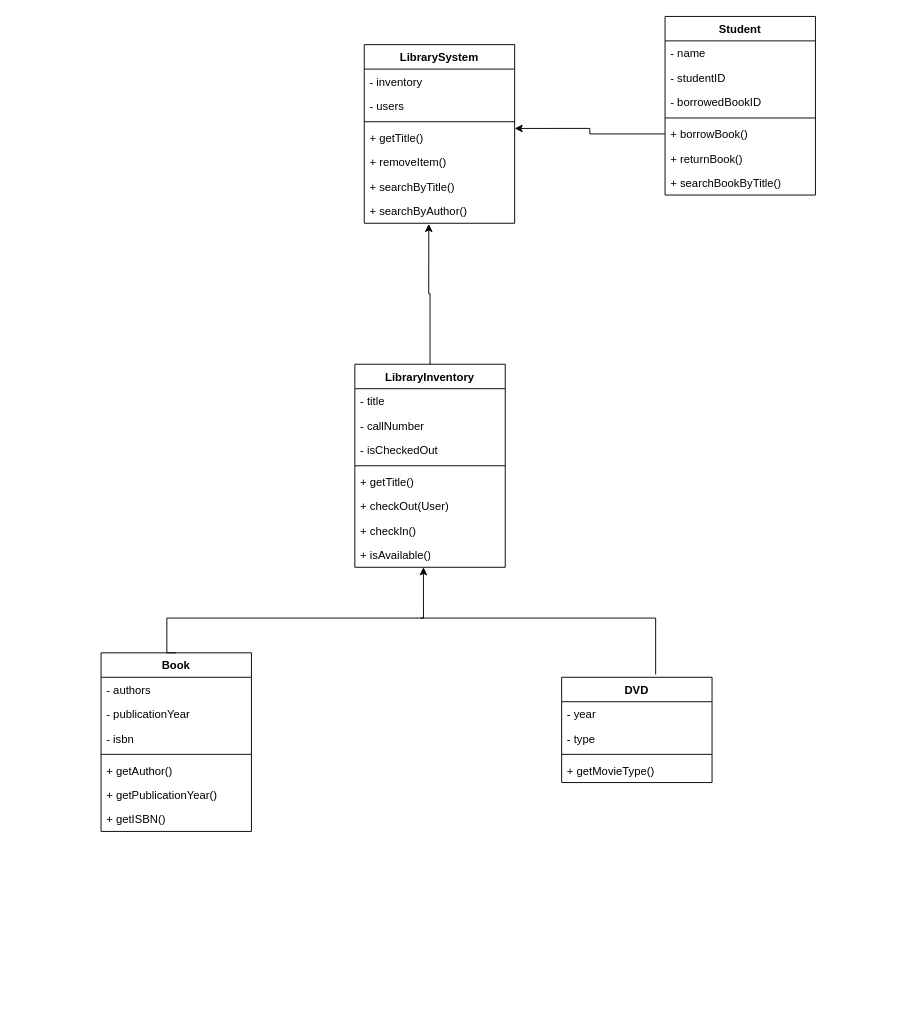
This is Lab-5/Brook library UML.drawio from orchlonn/CS-380, a draw.io file, before an edit. Source tidied: cells renumbered, new cells numbered last; positions are measured from the earlier drawing's top-left corner, leaving out a move shared by most shapes. Both pictures are drawn from the tidied source at 94%, with x=0, y=0 at pixel (101, 16).
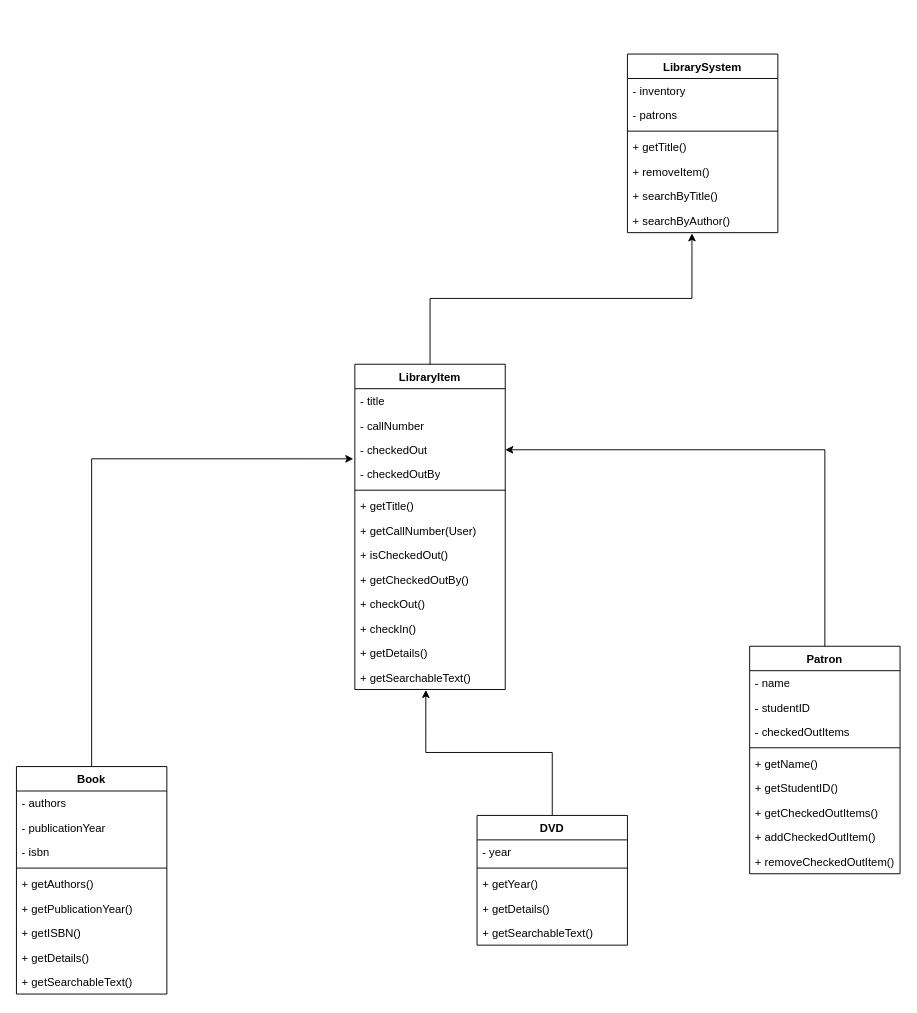
After the change.

Commit message:
updated everything based on code

The change refers to these unchanged cells:
```xml
<mxCell id="30" value="+ getTitle()" style="text;strokeColor=none;fillColor=none;align=left;verticalAlign=top;spacingLeft=4;spacingRight=4;overflow=hidden;points=[[0,0.5],[1,0.5]];portConstraint=eastwest;whiteSpace=wrap;html=1;" parent="26" vertex="1">
  <mxGeometry y="86" width="160" height="26" as="geometry" />
</mxCell>
```

The edit, as a diff of the source:
```diff
@@
-    <mxCell id="2" value="LibraryInventory" style="swimlane;fontStyle=1;align=center;verticalAlign=top;horizontal=1;startSize=26;whiteSpace=wrap;html=1;" parent="1" vertex="1">
-      <mxGeometry x="270" y="370" width="160" height="216" as="geometry" />
+    <mxCell id="2" value="LibraryItem" style="swimlane;fontStyle=1;align=center;verticalAlign=top;horizontal=1;startSize=26;whiteSpace=wrap;html=1;" parent="1" vertex="1">
+      <mxGeometry x="270" y="370" width="160" height="346" as="geometry" />
     </mxCell>
@@
+    <mxCell id="44" value="- checkedOut" style="text;strokeColor=none;fillColor=none;align=left;verticalAlign=top;spacingLeft=4;spacingRight=4;overflow=hidden;points=[[0,0.5],[1,0.5]];portConstraint=eastwest;whiteSpace=wrap;html=1;" parent="2" vertex="1">
+      <mxGeometry y="78" width="160" height="26" as="geometry" />
+    </mxCell>
-    <mxCell id="5" value="- isCheckedOut" style="text;strokeColor=none;fillColor=none;align=left;verticalAlign=top;spacingLeft=4;spacingRight=4;overflow=hidden;whiteSpace=wrap;html=1;" parent="2" vertex="1">
-      <mxGeometry y="78" width="160" height="26" as="geometry" />
+    <mxCell id="5" value="- checkedOutBy" style="text;strokeColor=none;fillColor=none;align=left;verticalAlign=top;spacingLeft=4;spacingRight=4;overflow=hidden;whiteSpace=wrap;html=1;" parent="2" vertex="1">
+      <mxGeometry y="104" width="160" height="26" as="geometry" />
     </mxCell>
     <mxCell id="6" style="line;strokeWidth=1;fillColor=none;align=left;verticalAlign=middle;spacingTop=-1;spacingLeft=3;spacingRight=3;labelPosition=right;strokeColor=inherit;" parent="2" vertex="1">
-      <mxGeometry y="104" width="160" height="8" as="geometry" />
+      <mxGeometry y="130" width="160" height="8" as="geometry" />
     </mxCell>
     <mxCell id="7" value="+ getTitle()" style="text;strokeColor=none;fillColor=none;align=left;verticalAlign=top;spacingLeft=4;spacingRight=4;overflow=hidden;whiteSpace=wrap;html=1;" parent="2" vertex="1">
-      <mxGeometry y="112" width="160" height="26" as="geometry" />
+      <mxGeometry y="138" width="160" height="26" as="geometry" />
     </mxCell>
-    <mxCell id="8" value="+ checkOut(User)" style="text;strokeColor=none;fillColor=none;align=left;verticalAlign=top;spacingLeft=4;spacingRight=4;overflow=hidden;whiteSpace=wrap;html=1;" parent="2" vertex="1">
-      <mxGeometry y="138" width="160" height="26" as="geometry" />
+    <mxCell id="8" value="+ getCallNumber(User)" style="text;strokeColor=none;fillColor=none;align=left;verticalAlign=top;spacingLeft=4;spacingRight=4;overflow=hidden;whiteSpace=wrap;html=1;" parent="2" vertex="1">
+      <mxGeometry y="164" width="160" height="26" as="geometry" />
     </mxCell>
-    <mxCell id="9" value="+ checkIn()" style="text;strokeColor=none;fillColor=none;align=left;verticalAlign=top;spacingLeft=4;spacingRight=4;overflow=hidden;whiteSpace=wrap;html=1;" parent="2" vertex="1">
-      <mxGeometry y="164" width="160" height="26" as="geometry" />
+    <mxCell id="9" value="+ isCheckedOut()" style="text;strokeColor=none;fillColor=none;align=left;verticalAlign=top;spacingLeft=4;spacingRight=4;overflow=hidden;whiteSpace=wrap;html=1;" parent="2" vertex="1">
+      <mxGeometry y="190" width="160" height="26" as="geometry" />
     </mxCell>
+    <mxCell id="45" value="+ getCheckedOutBy()" style="text;strokeColor=none;fillColor=none;align=left;verticalAlign=top;spacingLeft=4;spacingRight=4;overflow=hidden;whiteSpace=wrap;html=1;" parent="2" vertex="1">
+      <mxGeometry y="216" width="160" height="26" as="geometry" />
+    </mxCell>
+    <mxCell id="46" value="+ checkOut()" style="text;strokeColor=none;fillColor=none;align=left;verticalAlign=top;spacingLeft=4;spacingRight=4;overflow=hidden;whiteSpace=wrap;html=1;" parent="2" vertex="1">
+      <mxGeometry y="242" width="160" height="26" as="geometry" />
+    </mxCell>
+    <mxCell id="47" value="+ checkIn()" style="text;strokeColor=none;fillColor=none;align=left;verticalAlign=top;spacingLeft=4;spacingRight=4;overflow=hidden;whiteSpace=wrap;html=1;" parent="2" vertex="1">
+      <mxGeometry y="268" width="160" height="26" as="geometry" />
+    </mxCell>
+    <mxCell id="48" value="+ getDetails()" style="text;strokeColor=none;fillColor=none;align=left;verticalAlign=top;spacingLeft=4;spacingRight=4;overflow=hidden;whiteSpace=wrap;html=1;" parent="2" vertex="1">
+      <mxGeometry y="294" width="160" height="26" as="geometry" />
+    </mxCell>
-    <mxCell id="10" value="+ isAvailable()" style="text;strokeColor=none;fillColor=none;align=left;verticalAlign=top;spacingLeft=4;spacingRight=4;overflow=hidden;points=[[0,0.5],[1,0.5]];portConstraint=eastwest;whiteSpace=wrap;html=1;" parent="2" vertex="1">
-      <mxGeometry y="190" width="160" height="26" as="geometry" />
+    <mxCell id="10" value="+ getSearchableText()" style="text;strokeColor=none;fillColor=none;align=left;verticalAlign=top;spacingLeft=4;spacingRight=4;overflow=hidden;points=[[0,0.5],[1,0.5]];portConstraint=eastwest;whiteSpace=wrap;html=1;" parent="2" vertex="1">
+      <mxGeometry y="320" width="160" height="26" as="geometry" />
     </mxCell>
     <mxCell id="11" value="Book" style="swimlane;fontStyle=1;align=center;verticalAlign=top;horizontal=1;startSize=26;whiteSpace=wrap;html=1;" parent="1" vertex="1">
-      <mxGeometry y="677" width="160" height="190" as="geometry" />
+      <mxGeometry x="-90" y="798" width="160" height="242" as="geometry" />
     </mxCell>
@@
-    <mxCell id="16" value="+ getAuthor()" style="text;strokeColor=none;fillColor=none;align=left;verticalAlign=top;spacingLeft=4;spacingRight=4;overflow=hidden;whiteSpace=wrap;html=1;" parent="11" vertex="1">
+    <mxCell id="16" value="+ getAuthors()" style="text;strokeColor=none;fillColor=none;align=left;verticalAlign=top;spacingLeft=4;spacingRight=4;overflow=hidden;whiteSpace=wrap;html=1;" parent="11" vertex="1">
       <mxGeometry y="112" width="160" height="26" as="geometry" />
     </mxCell>
@@
+    <mxCell id="49" value="+ getISBN()" style="text;strokeColor=none;fillColor=none;align=left;verticalAlign=top;spacingLeft=4;spacingRight=4;overflow=hidden;whiteSpace=wrap;html=1;" parent="11" vertex="1">
+      <mxGeometry y="164" width="160" height="26" as="geometry" />
+    </mxCell>
+    <mxCell id="50" value="+ getDetails()" style="text;strokeColor=none;fillColor=none;align=left;verticalAlign=top;spacingLeft=4;spacingRight=4;overflow=hidden;whiteSpace=wrap;html=1;" parent="11" vertex="1">
+      <mxGeometry y="190" width="160" height="26" as="geometry" />
+    </mxCell>
-    <mxCell id="18" value="+ getISBN()" style="text;strokeColor=none;fillColor=none;align=left;verticalAlign=top;spacingLeft=4;spacingRight=4;overflow=hidden;whiteSpace=wrap;html=1;" parent="11" vertex="1">
-      <mxGeometry y="164" width="160" height="26" as="geometry" />
+    <mxCell id="18" value="+ getSearchableText()" style="text;strokeColor=none;fillColor=none;align=left;verticalAlign=top;spacingLeft=4;spacingRight=4;overflow=hidden;whiteSpace=wrap;html=1;" parent="11" vertex="1">
+      <mxGeometry y="216" width="160" height="26" as="geometry" />
     </mxCell>
     <mxCell id="19" value="DVD" style="swimlane;fontStyle=1;align=center;verticalAlign=top;horizontal=1;startSize=26;whiteSpace=wrap;html=1;" parent="1" vertex="1">
-      <mxGeometry x="490" y="703" width="160" height="112" as="geometry" />
+      <mxGeometry x="400" y="850" width="160" height="138" as="geometry" />
     </mxCell>
@@
-    <mxCell id="21" value="- type" style="text;strokeColor=none;fillColor=none;align=left;verticalAlign=top;spacingLeft=4;spacingRight=4;overflow=hidden;whiteSpace=wrap;html=1;" parent="19" vertex="1">
-      <mxGeometry y="52" width="160" height="26" as="geometry" />
-    </mxCell>
     <mxCell id="22" style="line;strokeWidth=1;fillColor=none;align=left;verticalAlign=middle;spacingTop=-1;spacingLeft=3;spacingRight=3;labelPosition=right;strokeColor=inherit;" parent="19" vertex="1">
-      <mxGeometry y="78" width="160" height="8" as="geometry" />
+      <mxGeometry y="52" width="160" height="8" as="geometry" />
     </mxCell>
+    <mxCell id="51" value="+ getYear()&lt;div&gt;&lt;br&gt;&lt;/div&gt;" style="text;strokeColor=none;fillColor=none;align=left;verticalAlign=top;spacingLeft=4;spacingRight=4;overflow=hidden;whiteSpace=wrap;html=1;" parent="19" vertex="1">
+      <mxGeometry y="60" width="160" height="26" as="geometry" />
+    </mxCell>
+    <mxCell id="52" value="+ getDetails()" style="text;strokeColor=none;fillColor=none;align=left;verticalAlign=top;spacingLeft=4;spacingRight=4;overflow=hidden;whiteSpace=wrap;html=1;" parent="19" vertex="1">
+      <mxGeometry y="86" width="160" height="26" as="geometry" />
+    </mxCell>
-    <mxCell id="23" value="+ getMovieType()" style="text;strokeColor=none;fillColor=none;align=left;verticalAlign=top;spacingLeft=4;spacingRight=4;overflow=hidden;whiteSpace=wrap;html=1;" parent="19" vertex="1">
-      <mxGeometry y="86" width="160" height="26" as="geometry" />
+    <mxCell id="23" value="+ getSearchableText()" style="text;strokeColor=none;fillColor=none;align=left;verticalAlign=top;spacingLeft=4;spacingRight=4;overflow=hidden;whiteSpace=wrap;html=1;" parent="19" vertex="1">
+      <mxGeometry y="112" width="160" height="26" as="geometry" />
     </mxCell>
-    <mxCell id="24" style="edgeStyle=orthogonalEdgeStyle;rounded=0;jettySize=auto;html=1;exitX=0.5;exitY=0;exitDx=0;exitDy=0;entryX=0.456;entryY=1;entryDx=0;entryDy=0;entryPerimeter=0;" parent="1" edge="1" source="11" target="10">
-      <mxGeometry relative="1" as="geometry">
-        <Array as="points">
-          <mxPoint x="70" y="640" />
-          <mxPoint x="343" y="640" />
-        </Array>
-      </mxGeometry>
-    </mxCell>
-    <mxCell id="25" style="endArrow=none;html=1;rounded=0;" parent="1" edge="1">
-      <mxGeometry relative="1" as="geometry">
-        <mxPoint x="340" y="640" as="sourcePoint" />
-        <mxPoint x="590" y="700" as="targetPoint" />
-        <Array as="points">
-          <mxPoint x="590" y="640" />
-        </Array>
-      </mxGeometry>
-    </mxCell>
     <mxCell id="26" value="LibrarySystem" style="swimlane;fontStyle=1;align=center;verticalAlign=top;horizontal=1;startSize=26;whiteSpace=wrap;html=1;" parent="1" vertex="1">
-      <mxGeometry x="280" y="30" width="160" height="190" as="geometry" />
+      <mxGeometry x="560" y="40" width="160" height="190" as="geometry" />
     </mxCell>
@@
-    <mxCell id="28" value="- users" style="text;strokeColor=none;fillColor=none;align=left;verticalAlign=top;spacingLeft=4;spacingRight=4;overflow=hidden;whiteSpace=wrap;html=1;" parent="26" vertex="1">
+    <mxCell id="28" value="- patrons" style="text;strokeColor=none;fillColor=none;align=left;verticalAlign=top;spacingLeft=4;spacingRight=4;overflow=hidden;whiteSpace=wrap;html=1;" parent="26" vertex="1">
       <mxGeometry y="52" width="160" height="26" as="geometry" />
     </mxCell>
@@
-    <mxCell id="35" value="Student" style="swimlane;fontStyle=1;align=center;verticalAlign=top;horizontal=1;startSize=26;whiteSpace=wrap;html=1;" parent="1" vertex="1">
-      <mxGeometry x="600" width="160" height="190" as="geometry" />
+    <mxCell id="35" value="Patron" style="swimlane;fontStyle=1;align=center;verticalAlign=top;horizontal=1;startSize=26;whiteSpace=wrap;html=1;" parent="1" vertex="1">
+      <mxGeometry x="690" y="670" width="160" height="242" as="geometry" />
     </mxCell>
@@
-    <mxCell id="38" value="- borrowedBookID" style="text;strokeColor=none;fillColor=none;align=left;verticalAlign=top;spacingLeft=4;spacingRight=4;overflow=hidden;whiteSpace=wrap;html=1;" parent="35" vertex="1">
+    <mxCell id="38" value="- checkedOutItems" style="text;strokeColor=none;fillColor=none;align=left;verticalAlign=top;spacingLeft=4;spacingRight=4;overflow=hidden;whiteSpace=wrap;html=1;" parent="35" vertex="1">
       <mxGeometry y="78" width="160" height="26" as="geometry" />
     </mxCell>
@@
+    <mxCell id="53" value="+ getName()" style="text;strokeColor=none;fillColor=none;align=left;verticalAlign=top;spacingLeft=4;spacingRight=4;overflow=hidden;whiteSpace=wrap;html=1;" parent="35" vertex="1">
+      <mxGeometry y="112" width="160" height="26" as="geometry" />
+    </mxCell>
-    <mxCell id="40" value="+ borrowBook()" style="text;strokeColor=none;fillColor=none;align=left;verticalAlign=top;spacingLeft=4;spacingRight=4;overflow=hidden;points=[[0,0.5],[1,0.5]];portConstraint=eastwest;whiteSpace=wrap;html=1;" parent="35" vertex="1">
-      <mxGeometry y="112" width="160" height="26" as="geometry" />
+    <mxCell id="40" value="+ getStudentID()" style="text;strokeColor=none;fillColor=none;align=left;verticalAlign=top;spacingLeft=4;spacingRight=4;overflow=hidden;points=[[0,0.5],[1,0.5]];portConstraint=eastwest;whiteSpace=wrap;html=1;" parent="35" vertex="1">
+      <mxGeometry y="138" width="160" height="26" as="geometry" />
     </mxCell>
-    <mxCell id="41" value="+ returnBook()" style="text;strokeColor=none;fillColor=none;align=left;verticalAlign=top;spacingLeft=4;spacingRight=4;overflow=hidden;whiteSpace=wrap;html=1;" parent="35" vertex="1">
-      <mxGeometry y="138" width="160" height="26" as="geometry" />
+    <mxCell id="41" value="+ getCheckedOutItems()" style="text;strokeColor=none;fillColor=none;align=left;verticalAlign=top;spacingLeft=4;spacingRight=4;overflow=hidden;whiteSpace=wrap;html=1;" parent="35" vertex="1">
+      <mxGeometry y="164" width="160" height="26" as="geometry" />
     </mxCell>
+    <mxCell id="54" value="+ addCheckedOutItem()" style="text;strokeColor=none;fillColor=none;align=left;verticalAlign=top;spacingLeft=4;spacingRight=4;overflow=hidden;whiteSpace=wrap;html=1;" parent="35" vertex="1">
+      <mxGeometry y="190" width="160" height="26" as="geometry" />
+    </mxCell>
-    <mxCell id="42" value="+ searchBookByTitle()" style="text;strokeColor=none;fillColor=none;align=left;verticalAlign=top;spacingLeft=4;spacingRight=4;overflow=hidden;whiteSpace=wrap;html=1;" parent="35" vertex="1">
-      <mxGeometry y="164" width="160" height="26" as="geometry" />
+    <mxCell id="42" value="+ removeCheckedOutItem()" style="text;strokeColor=none;fillColor=none;align=left;verticalAlign=top;spacingLeft=4;spacingRight=4;overflow=hidden;whiteSpace=wrap;html=1;" parent="35" vertex="1">
+      <mxGeometry y="216" width="160" height="26" as="geometry" />
     </mxCell>
-    <mxCell id="43" style="edgeStyle=orthogonalEdgeStyle;rounded=0;jettySize=auto;html=1;entryX=1;entryY=0.121;entryDx=0;entryDy=0;entryPerimeter=0;" parent="1" edge="1" source="40" target="30">
-      <mxGeometry relative="1" as="geometry" />
-    </mxCell>
+    <mxCell id="55" style="edgeStyle=orthogonalEdgeStyle;rounded=0;jettySize=auto;html=1;entryX=1;entryY=0.5;entryDx=0;entryDy=0;" parent="1" edge="1" source="35" target="44">
+      <mxGeometry relative="1" as="geometry" />
+    </mxCell>
+    <mxCell id="56" style="edgeStyle=orthogonalEdgeStyle;rounded=0;jettySize=auto;html=1;entryX=0.472;entryY=1.02;entryDx=0;entryDy=0;entryPerimeter=0;" parent="1" edge="1" source="19" target="10">
+      <mxGeometry relative="1" as="geometry" />
+    </mxCell>
+    <mxCell id="57" style="edgeStyle=orthogonalEdgeStyle;rounded=0;jettySize=auto;html=1;entryX=-0.01;entryY=0.87;entryDx=0;entryDy=0;entryPerimeter=0;" parent="1" edge="1" source="11" target="44">
+      <mxGeometry relative="1" as="geometry" />
+    </mxCell>
```
